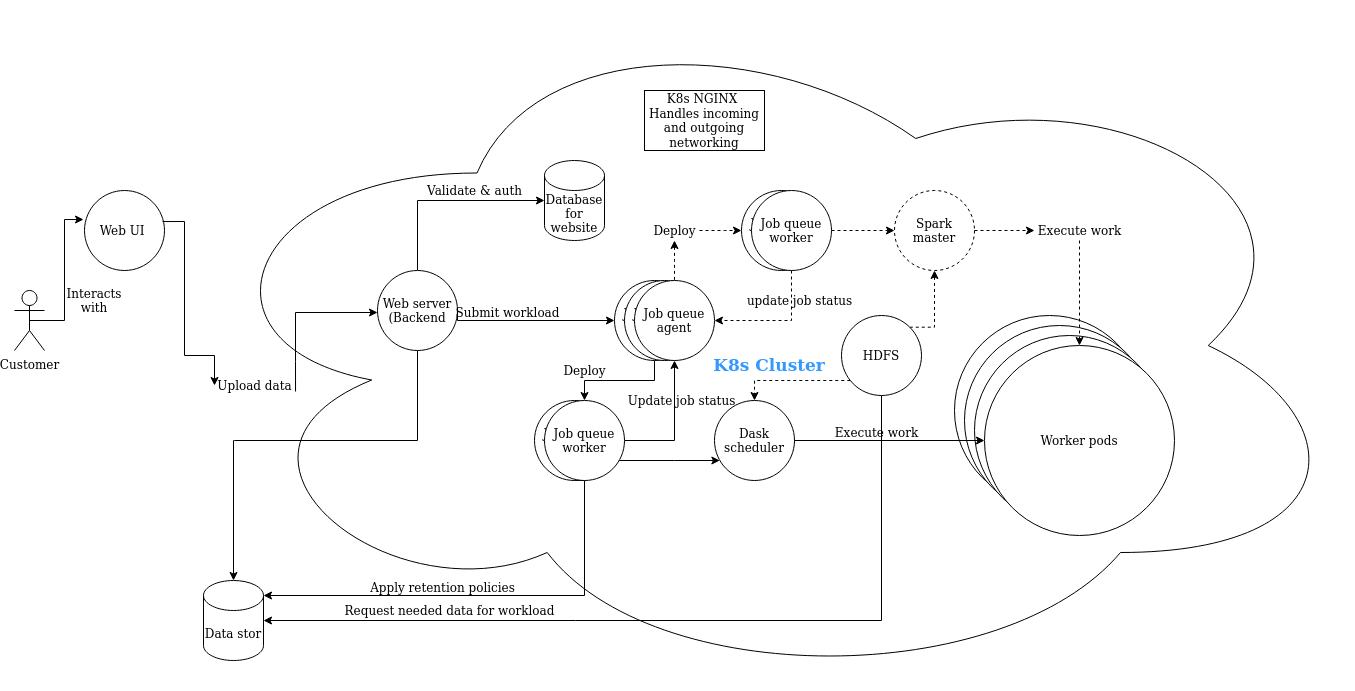
The draw.io diagram assets/Architecture.png in Top-iaas/topiaas, before a commit. Source tidied: cells renumbered, new cells last; positions are measured from the earlier drawing's top-left corner, leaving out a move shared by most shapes.
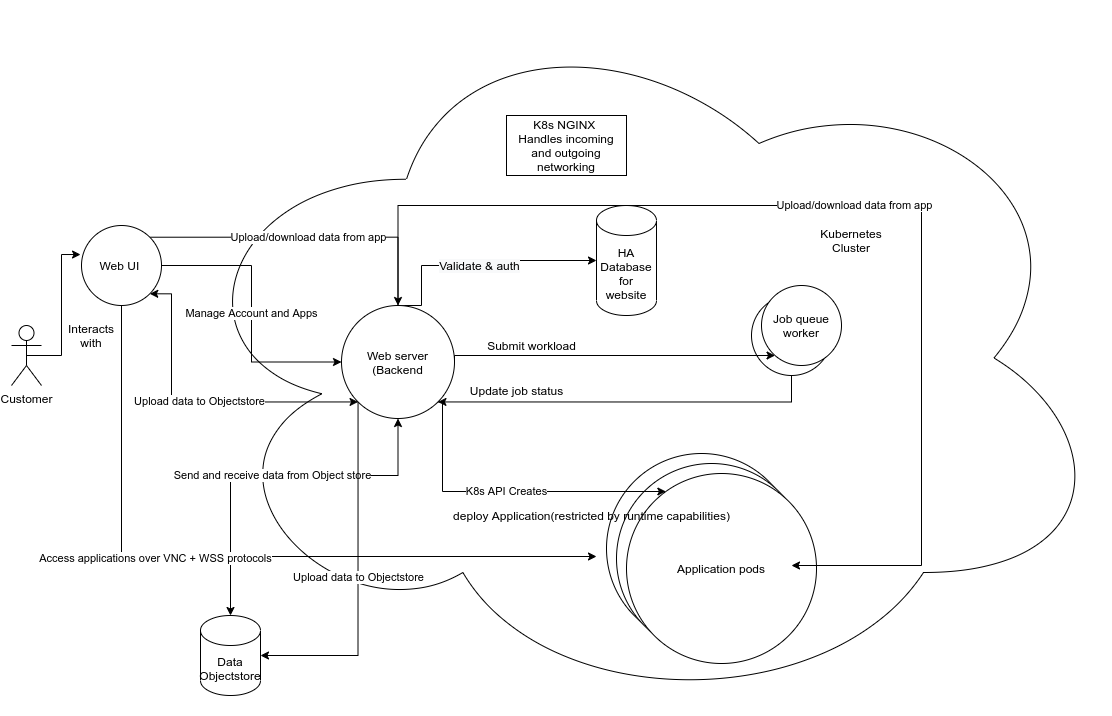
Later version of the same file.

Commit message:
Update structure assets

The edit, as a diff of the source:
```diff
@@ -4,2 +4,5 @@
     <mxCell id="1" parent="0" />
+    <mxCell id="56" value="&lt;div align=&quot;center&quot;&gt;&lt;br&gt;&lt;/div&gt;&lt;div align=&quot;center&quot;&gt;&lt;br&gt;&lt;/div&gt;" style="ellipse;shape=cloud;whiteSpace=wrap;html=1;align=center;" parent="1" vertex="1">
+      <mxGeometry x="160" y="-35" width="940" height="715" as="geometry" />
+    </mxCell>
     <mxCell id="2" style="edgeStyle=orthogonalEdgeStyle;rounded=0;jettySize=auto;html=1;exitX=0.5;exitY=0.5;exitDx=0;exitDy=0;exitPerimeter=0;entryX=-0.012;entryY=0.363;entryDx=0;entryDy=0;entryPerimeter=0;" parent="1" edge="1" source="3" target="26">
@@ -10,86 +13,76 @@
     </mxCell>
-    <mxCell id="4" value="&lt;div align=&quot;center&quot;&gt;&lt;font style=&quot;font-size: 17px&quot; color=&quot;#3399FF&quot;&gt;&lt;b&gt;&lt;br&gt;&lt;/b&gt;&lt;/font&gt;&lt;/div&gt;&lt;div align=&quot;center&quot;&gt;&lt;font style=&quot;font-size: 17px&quot; color=&quot;#3399FF&quot;&gt;&lt;b&gt;&lt;br&gt;&lt;/b&gt;&lt;/font&gt;&lt;/div&gt;&lt;div align=&quot;center&quot;&gt;&lt;font style=&quot;font-size: 17px&quot; color=&quot;#3399FF&quot;&gt;&lt;b&gt;K8s Cluster&lt;/b&gt;&lt;/font&gt;&lt;/div&gt;" style="ellipse;shape=cloud;whiteSpace=wrap;html=1;align=center;" parent="1" vertex="1">
-      <mxGeometry x="170" width="1170" height="690" as="geometry" />
-    </mxCell>
-    <mxCell id="5" style="edgeStyle=orthogonalEdgeStyle;rounded=0;jettySize=auto;html=1;exitX=0.5;exitY=1;exitDx=0;exitDy=0;" parent="1" edge="1" source="7" target="44">
-      <mxGeometry relative="1" as="geometry" />
-    </mxCell>
-    <mxCell id="6" style="edgeStyle=orthogonalEdgeStyle;rounded=0;jettySize=auto;html=1;dashed=1;entryX=0;entryY=0.5;entryDx=0;entryDy=0;" parent="1" edge="1" source="37" target="45">
-      <mxGeometry relative="1" as="geometry">
-        <Array as="points">
-          <mxPoint x="710" y="230" />
-        </Array>
-      </mxGeometry>
-    </mxCell>
-    <mxCell id="7" value="&lt;div&gt;Job queue&lt;/div&gt;&lt;div&gt;agent&lt;br&gt;&lt;/div&gt;" style="ellipse;whiteSpace=wrap;html=1;" parent="1" vertex="1">
-      <mxGeometry x="600" y="280" width="80" height="80" as="geometry" />
-    </mxCell>
-    <mxCell id="8" style="edgeStyle=orthogonalEdgeStyle;rounded=0;jettySize=auto;html=1;entryX=1;entryY=0.5;entryDx=0;entryDy=0;entryPerimeter=0;strokeColor=#000000;exitX=0.5;exitY=1;exitDx=0;exitDy=0;" parent="1" edge="1" source="55" target="11">
-      <mxGeometry relative="1" as="geometry">
-        <Array as="points">
-          <mxPoint x="867" y="620" />
-        </Array>
-      </mxGeometry>
-    </mxCell>
-    <mxCell id="9" value="Dask scheduler" style="ellipse;whiteSpace=wrap;html=1;" parent="1" vertex="1">
-      <mxGeometry x="700" y="400" width="80" height="80" as="geometry" />
-    </mxCell>
-    <mxCell id="10" value="Spark master" style="ellipse;whiteSpace=wrap;html=1;dashed=1;" parent="1" vertex="1">
-      <mxGeometry x="880" y="190" width="80" height="80" as="geometry" />
-    </mxCell>
-    <mxCell id="11" value="Data stor" style="shape=cylinder3;whiteSpace=wrap;html=1;boundedLbl=1;backgroundOutline=1;size=15;" parent="1" vertex="1">
-      <mxGeometry x="189" y="580" width="60" height="80" as="geometry" />
-    </mxCell>
-    <mxCell id="12" style="edgeStyle=orthogonalEdgeStyle;rounded=0;jettySize=auto;html=1;entryX=0.5;entryY=0;entryDx=0;entryDy=0;entryPerimeter=0;" parent="1" edge="1" source="27" target="11">
-      <mxGeometry relative="1" as="geometry">
-        <Array as="points">
-          <mxPoint x="220" y="440" />
-          <mxPoint x="218" y="440" />
-        </Array>
-      </mxGeometry>
-    </mxCell>
-    <mxCell id="13" value="Deploy" style="text;html=1;align=center;verticalAlign=middle;" parent="1" vertex="1">
-      <mxGeometry x="545" y="360" width="50" height="20" as="geometry" />
-    </mxCell>
-    <mxCell id="14" style="ellipse;whiteSpace=wrap;html=1;" parent="1" vertex="1">
-      <mxGeometry x="940" y="315" width="190" height="190" as="geometry" />
-    </mxCell>
-    <mxCell id="15" style="ellipse;whiteSpace=wrap;html=1;" parent="1" vertex="1">
-      <mxGeometry x="950" y="325" width="190" height="190" as="geometry" />
-    </mxCell>
-    <mxCell id="16" style="ellipse;whiteSpace=wrap;html=1;" parent="1" vertex="1">
-      <mxGeometry x="960" y="335" width="190" height="190" as="geometry" />
-    </mxCell>
-    <mxCell id="17" value="Worker pods" style="ellipse;whiteSpace=wrap;html=1;" parent="1" vertex="1">
-      <mxGeometry x="970" y="345" width="190" height="190" as="geometry" />
-    </mxCell>
-    <mxCell id="18" style="edgeStyle=orthogonalEdgeStyle;rounded=0;jettySize=auto;html=1;dashed=1;strokeColor=#000000;" parent="1" edge="1" source="51" target="17">
-      <mxGeometry relative="1" as="geometry" />
-    </mxCell>
-    <mxCell id="19" style="edgeStyle=orthogonalEdgeStyle;rounded=0;jettySize=auto;html=1;strokeColor=#000000;" parent="1" edge="1" source="9" target="17">
-      <mxGeometry relative="1" as="geometry" />
-    </mxCell>
-    <mxCell id="20" value="Execute work" style="text;html=1;align=center;verticalAlign=middle;" parent="1" vertex="1">
-      <mxGeometry x="817" y="422" width="90" height="20" as="geometry" />
-    </mxCell>
-    <mxCell id="21" value="Request needed data for workload" style="text;html=1;align=center;verticalAlign=middle;" parent="1" vertex="1">
-      <mxGeometry x="335" y="600" width="200" height="20" as="geometry" />
-    </mxCell>
-    <mxCell id="22" value="Database for website" style="shape=cylinder3;whiteSpace=wrap;html=1;boundedLbl=1;backgroundOutline=1;size=15;" parent="1" vertex="1">
-      <mxGeometry x="530" y="160" width="60" height="80" as="geometry" />
-    </mxCell>
-    <mxCell id="23" style="edgeStyle=orthogonalEdgeStyle;rounded=0;jettySize=auto;html=1;entryX=0;entryY=0.5;entryDx=0;entryDy=0;entryPerimeter=0;exitX=0.5;exitY=0;exitDx=0;exitDy=0;" parent="1" edge="1" source="27" target="22">
-      <mxGeometry relative="1" as="geometry" />
-    </mxCell>
-    <mxCell id="24" style="edgeStyle=orthogonalEdgeStyle;rounded=0;jettySize=auto;html=1;exitX=0.5;exitY=1;exitDx=0;exitDy=0;strokeColor=#000000;entryX=1;entryY=0;entryDx=0;entryDy=15;entryPerimeter=0;" parent="1" edge="1" source="25" target="11">
-      <mxGeometry relative="1" as="geometry">
-        <Array as="points">
-          <mxPoint x="570" y="480" />
-          <mxPoint x="570" y="595" />
-        </Array>
-      </mxGeometry>
-    </mxCell>
-    <mxCell id="25" value="Job queue worker" style="ellipse;whiteSpace=wrap;html=1;" parent="1" vertex="1">
-      <mxGeometry x="520" y="400" width="80" height="80" as="geometry" />
-    </mxCell>
+    <mxCell id="57" value="Send and receive data from Object store" style="edgeStyle=orthogonalEdgeStyle;rounded=0;jettySize=auto;html=1;entryX=0.5;entryY=0;entryDx=0;entryDy=0;entryPerimeter=0;startArrow=classic;startFill=1;" parent="1" edge="1" source="27">
+      <mxGeometry relative="1" as="geometry">
+        <mxPoint x="219" y="580" as="targetPoint" />
+        <Array as="points">
+          <mxPoint x="220" y="440" />
+          <mxPoint x="218" y="440" />
+        </Array>
+      </mxGeometry>
+    </mxCell>
+    <mxCell id="58" style="ellipse;whiteSpace=wrap;html=1;" parent="1" vertex="1">
+      <mxGeometry x="595" y="418" width="190" height="190" as="geometry" />
+    </mxCell>
+    <mxCell id="59" style="ellipse;whiteSpace=wrap;html=1;" parent="1" vertex="1">
+      <mxGeometry x="605" y="428" width="190" height="190" as="geometry" />
+    </mxCell>
+    <mxCell id="60" value="K8s API Creates&lt;br&gt;" style="edgeStyle=orthogonalEdgeStyle;rounded=0;jettySize=auto;html=1;strokeColor=#000000;exitX=1;exitY=1;exitDx=0;exitDy=0;" parent="1" edge="1" source="27" target="61">
+      <mxGeometry relative="1" as="geometry">
+        <Array as="points">
+          <mxPoint x="431" y="456" />
+        </Array>
+      </mxGeometry>
+    </mxCell>
+    <mxCell id="61" value="&lt;div&gt;Application pods&lt;/div&gt;" style="ellipse;whiteSpace=wrap;html=1;" parent="1" vertex="1">
+      <mxGeometry x="615" y="438" width="190" height="190" as="geometry" />
+    </mxCell>
+    <mxCell id="62" value="&lt;div&gt;deploy Application(restricted by runtime capabilities)&lt;br&gt;&lt;/div&gt;" style="text;html=1;align=center;verticalAlign=middle;" parent="1" vertex="1">
+      <mxGeometry x="435" y="470" width="290" height="20" as="geometry" />
+    </mxCell>
+    <mxCell id="63" value="HA Database for website" style="shape=cylinder3;whiteSpace=wrap;html=1;boundedLbl=1;backgroundOutline=1;size=15;" parent="1" vertex="1">
+      <mxGeometry x="585" y="170" width="60" height="110" as="geometry" />
+    </mxCell>
+    <mxCell id="33" value="&lt;span style=&quot;font-size: 12px ; background-color: rgb(248 , 249 , 250)&quot;&gt;Validate &amp;amp; auth&lt;/span&gt;" style="edgeStyle=orthogonalEdgeStyle;rounded=0;jettySize=auto;html=1;entryX=0;entryY=0.5;entryDx=0;entryDy=0;entryPerimeter=0;exitX=0.5;exitY=0;exitDx=0;exitDy=0;" parent="1" edge="1" source="27" target="63">
+      <mxGeometry relative="1" as="geometry">
+        <Array as="points">
+          <mxPoint x="410" y="270" />
+          <mxPoint x="410" y="230" />
+          <mxPoint x="480" y="230" />
+        </Array>
+      </mxGeometry>
+    </mxCell>
+    <mxCell id="64" style="edgeStyle=orthogonalEdgeStyle;rounded=0;jettySize=auto;html=1;entryX=1;entryY=1;entryDx=0;entryDy=0;exitX=0.5;exitY=1;exitDx=0;exitDy=0;" parent="1" edge="1" source="65" target="27">
+      <mxGeometry relative="1" as="geometry" />
+    </mxCell>
+    <mxCell id="65" value="Job queue worker" style="ellipse;whiteSpace=wrap;html=1;" parent="1" vertex="1">
+      <mxGeometry x="740" y="260" width="80" height="80" as="geometry" />
+    </mxCell>
+    <mxCell id="66" value="Manage Account and Apps" style="edgeStyle=orthogonalEdgeStyle;rounded=0;jettySize=auto;html=1;" parent="1" edge="1" source="26" target="27">
+      <mxGeometry relative="1" as="geometry" />
+    </mxCell>
+    <mxCell id="67" value="Upload data to Objectstore" style="edgeStyle=orthogonalEdgeStyle;rounded=0;jettySize=auto;html=1;exitX=1;exitY=1;exitDx=0;exitDy=0;entryX=0;entryY=1;entryDx=0;entryDy=0;startArrow=classic;startFill=1;" parent="1" edge="1" source="26" target="27">
+      <mxGeometry relative="1" as="geometry">
+        <Array as="points">
+          <mxPoint x="160" y="258" />
+          <mxPoint x="160" y="367" />
+        </Array>
+      </mxGeometry>
+    </mxCell>
+    <mxCell id="68" value="Upload/download data from app" style="edgeStyle=orthogonalEdgeStyle;rounded=0;jettySize=auto;html=1;exitX=1;exitY=0;exitDx=0;exitDy=0;entryX=0.5;entryY=0;entryDx=0;entryDy=0;startArrow=none;startFill=0;" parent="1" edge="1" source="26" target="27">
+      <mxGeometry relative="1" as="geometry" />
+    </mxCell>
+    <mxCell id="69" style="edgeStyle=orthogonalEdgeStyle;rounded=0;jettySize=auto;html=1;startArrow=none;startFill=0;" parent="1" edge="1" source="26">
+      <mxGeometry relative="1" as="geometry">
+        <mxPoint x="585" y="521" as="targetPoint" />
+        <Array as="points">
+          <mxPoint x="110" y="521" />
+        </Array>
+      </mxGeometry>
+    </mxCell>
+    <mxCell id="70" value="Text" style="edgeLabel;html=1;align=center;verticalAlign=middle;" parent="69" vertex="1">
+      <mxGeometry x="-0.21" relative="1" as="geometry" />
+    </mxCell>
+    <mxCell id="71" value="Access applications over VNC + WSS protocols" style="edgeLabel;html=1;align=center;verticalAlign=middle;" parent="69" vertex="1">
+      <mxGeometry x="-0.22" y="-2" relative="1" as="geometry" />
+    </mxCell>
     <mxCell id="26" value="Web UI&amp;nbsp;&lt;br&gt;" style="ellipse;whiteSpace=wrap;html=1;" parent="1" vertex="1">
@@ -97,39 +90,31 @@
     </mxCell>
+    <mxCell id="72" value="Upload data to Objectstore" style="edgeStyle=orthogonalEdgeStyle;rounded=0;jettySize=auto;html=1;exitX=0;exitY=1;exitDx=0;exitDy=0;entryX=1;entryY=0.5;entryDx=0;entryDy=0;entryPerimeter=0;startArrow=none;startFill=0;" parent="1" edge="1" source="27" target="76">
+      <mxGeometry relative="1" as="geometry">
+        <Array as="points">
+          <mxPoint x="347" y="620" />
+        </Array>
+      </mxGeometry>
+    </mxCell>
+    <mxCell id="73" value="Upload/download data from app" style="edgeStyle=orthogonalEdgeStyle;rounded=0;jettySize=auto;html=1;exitX=0.5;exitY=0;exitDx=0;exitDy=0;startArrow=none;startFill=0;" parent="1" edge="1" source="27">
+      <mxGeometry relative="1" as="geometry">
+        <mxPoint x="780" y="530" as="targetPoint" />
+        <Array as="points">
+          <mxPoint x="387" y="170" />
+          <mxPoint x="910" y="170" />
+        </Array>
+      </mxGeometry>
+    </mxCell>
     <mxCell id="27" value="&lt;div&gt;Web server (Backend&lt;br&gt;&lt;/div&gt;" style="ellipse;whiteSpace=wrap;html=1;" parent="1" vertex="1">
-      <mxGeometry x="363" y="270" width="80" height="80" as="geometry" />
+      <mxGeometry x="330" y="270" width="113" height="113" as="geometry" />
     </mxCell>
-    <mxCell id="28" style="edgeStyle=orthogonalEdgeStyle;rounded=0;jettySize=auto;html=1;exitX=1.013;exitY=0.8;exitDx=0;exitDy=0;exitPerimeter=0;entryX=0;entryY=0.5;entryDx=0;entryDy=0;" parent="1" edge="1" source="29">
-      <mxGeometry relative="1" as="geometry">
-        <mxPoint x="363" y="312" as="targetPoint" />
-        <Array as="points">
-          <mxPoint x="281" y="361" />
-          <mxPoint x="281" y="312" />
-        </Array>
-      </mxGeometry>
-    </mxCell>
-    <mxCell id="29" value="Upload data" style="text;html=1;align=center;verticalAlign=middle;points=[];" parent="1" vertex="1">
-      <mxGeometry x="200" y="375" width="80" height="20" as="geometry" />
-    </mxCell>
-    <mxCell id="30" style="edgeStyle=orthogonalEdgeStyle;rounded=0;jettySize=auto;html=1;exitX=0.975;exitY=0.388;exitDx=0;exitDy=0;exitPerimeter=0;entryX=0;entryY=0.5;entryDx=0;entryDy=0;" parent="1" edge="1" source="26" target="29">
-      <mxGeometry relative="1" as="geometry">
-        <Array as="points">
-          <mxPoint x="170" y="221" />
-          <mxPoint x="170" y="355" />
-          <mxPoint x="200" y="355" />
-        </Array>
-      </mxGeometry>
-    </mxCell>
     <mxCell id="31" value="K8s NGINX&amp;nbsp;&lt;br&gt;Handles incoming and outgoing networking" style="rounded=0;whiteSpace=wrap;html=1;" parent="1" vertex="1">
-      <mxGeometry x="630" y="90" width="120" height="60" as="geometry" />
+      <mxGeometry x="495" y="80" width="120" height="60" as="geometry" />
     </mxCell>
-    <mxCell id="32" style="edgeStyle=orthogonalEdgeStyle;rounded=0;jettySize=auto;html=1;exitX=1;exitY=0.5;exitDx=0;exitDy=0;" parent="1" edge="1" source="27" target="7">
-      <mxGeometry relative="1" as="geometry">
-        <Array as="points">
-          <mxPoint x="443" y="320" />
-        </Array>
-      </mxGeometry>
-    </mxCell>
-    <mxCell id="33" value="&lt;div&gt;Validate &amp;amp; auth&lt;/div&gt;" style="text;html=1;align=center;verticalAlign=middle;" parent="1" vertex="1">
-      <mxGeometry x="410" y="180" width="100" height="20" as="geometry" />
-    </mxCell>
+    <mxCell id="74" style="edgeStyle=orthogonalEdgeStyle;rounded=0;jettySize=auto;html=1;exitX=1;exitY=0.5;exitDx=0;exitDy=0;" parent="1" edge="1" source="27" target="75">
+      <mxGeometry relative="1" as="geometry">
+        <Array as="points">
+          <mxPoint x="443" y="320" />
+        </Array>
+      </mxGeometry>
+    </mxCell>
     <mxCell id="34" value="Interacts with" style="text;html=1;strokeColor=none;fillColor=none;align=center;verticalAlign=middle;whiteSpace=wrap;rounded=0;" parent="1" vertex="1">
@@ -138,17 +123,4 @@
     <mxCell id="35" value="Submit workload" style="text;html=1;align=center;verticalAlign=middle;" parent="1" vertex="1">
-      <mxGeometry x="443" y="302" width="100" height="20" as="geometry" />
+      <mxGeometry x="470" y="300" width="100" height="20" as="geometry" />
     </mxCell>
-    <mxCell id="36" value="Apply retention policies" style="text;html=1;align=center;verticalAlign=middle;" parent="1" vertex="1">
-      <mxGeometry x="358" y="577" width="140" height="20" as="geometry" />
-    </mxCell>
-    <mxCell id="37" value="Deploy" style="text;html=1;align=center;verticalAlign=middle;points=[];" parent="1" vertex="1">
-      <mxGeometry x="635" y="220" width="50" height="20" as="geometry" />
-    </mxCell>
-    <mxCell id="38" style="edgeStyle=orthogonalEdgeStyle;rounded=0;jettySize=auto;html=1;dashed=1;" parent="1" edge="1" source="7" target="37">
-      <mxGeometry relative="1" as="geometry">
-        <Array as="points">
-          <mxPoint x="660" y="260" />
-        </Array>
-      </mxGeometry>
-    </mxCell>
     <mxCell id="39" style="edgeStyle=orthogonalEdgeStyle;rounded=0;orthogonalLoop=1;jettySize=auto;html=1;exitX=0.5;exitY=1;exitDx=0;exitDy=0;strokeColor=#000000;" parent="1" edge="1" source="34" target="34">
@@ -156,67 +128,14 @@
     </mxCell>
-    <mxCell id="40" value="&lt;div&gt;Job queue&lt;/div&gt;&lt;div&gt;agent&lt;br&gt;&lt;/div&gt;" style="ellipse;whiteSpace=wrap;html=1;" parent="1" vertex="1">
-      <mxGeometry x="610" y="280" width="80" height="80" as="geometry" />
-    </mxCell>
-    <mxCell id="41" value="&lt;div&gt;Job queue&lt;/div&gt;&lt;div&gt;agent&lt;br&gt;&lt;/div&gt;" style="ellipse;whiteSpace=wrap;html=1;" parent="1" vertex="1">
-      <mxGeometry x="620" y="280" width="80" height="80" as="geometry" />
-    </mxCell>
-    <mxCell id="42" style="edgeStyle=orthogonalEdgeStyle;rounded=0;jettySize=auto;html=1;strokeColor=#000000;" parent="1" edge="1" source="44" target="9">
-      <mxGeometry relative="1" as="geometry">
-        <Array as="points">
-          <mxPoint x="660" y="460" />
-          <mxPoint x="660" y="460" />
-        </Array>
-      </mxGeometry>
-    </mxCell>
-    <mxCell id="43" style="edgeStyle=orthogonalEdgeStyle;rounded=0;jettySize=auto;html=1;entryX=0.5;entryY=1;entryDx=0;entryDy=0;strokeColor=#000000;" parent="1" edge="1" source="44" target="41">
-      <mxGeometry relative="1" as="geometry" />
-    </mxCell>
-    <mxCell id="44" value="Job queue worker" style="ellipse;whiteSpace=wrap;html=1;" parent="1" vertex="1">
-      <mxGeometry x="530" y="400" width="80" height="80" as="geometry" />
-    </mxCell>
-    <mxCell id="45" value="Job queue worker" style="ellipse;whiteSpace=wrap;html=1;" parent="1" vertex="1">
-      <mxGeometry x="727" y="190" width="80" height="80" as="geometry" />
-    </mxCell>
-    <mxCell id="46" style="edgeStyle=orthogonalEdgeStyle;rounded=0;jettySize=auto;html=1;strokeColor=#000000;dashed=1;" parent="1" edge="1" source="48" target="10">
-      <mxGeometry relative="1" as="geometry" />
-    </mxCell>
-    <mxCell id="47" style="edgeStyle=orthogonalEdgeStyle;rounded=0;jettySize=auto;html=1;strokeColor=#000000;dashed=1;" parent="1" edge="1" source="48" target="41">
-      <mxGeometry relative="1" as="geometry">
-        <Array as="points">
-          <mxPoint x="777" y="320" />
-        </Array>
-      </mxGeometry>
-    </mxCell>
-    <mxCell id="48" value="Job queue worker" style="ellipse;whiteSpace=wrap;html=1;" parent="1" vertex="1">
-      <mxGeometry x="737" y="190" width="80" height="80" as="geometry" />
-    </mxCell>
+    <mxCell id="75" value="Job queue worker" style="ellipse;whiteSpace=wrap;html=1;" parent="1" vertex="1">
+      <mxGeometry x="750" y="250" width="80" height="80" as="geometry" />
+    </mxCell>
     <mxCell id="49" value="Update job status" style="text;html=1;align=center;verticalAlign=middle;" parent="1" vertex="1">
-      <mxGeometry x="612" y="390" width="110" height="20" as="geometry" />
+      <mxGeometry x="450" y="345" width="110" height="20" as="geometry" />
     </mxCell>
-    <mxCell id="50" value="update job status" style="text;html=1;align=center;verticalAlign=middle;" parent="1" vertex="1">
-      <mxGeometry x="730" y="290" width="110" height="20" as="geometry" />
-    </mxCell>
-    <mxCell id="51" value="Execute work" style="text;html=1;align=center;verticalAlign=middle;points=[];" parent="1" vertex="1">
-      <mxGeometry x="1020" y="220" width="90" height="20" as="geometry" />
-    </mxCell>
-    <mxCell id="52" style="edgeStyle=orthogonalEdgeStyle;rounded=0;jettySize=auto;html=1;dashed=1;strokeColor=#000000;" parent="1" edge="1" source="10" target="51">
-      <mxGeometry relative="1" as="geometry" />
-    </mxCell>
-    <mxCell id="53" style="edgeStyle=orthogonalEdgeStyle;rounded=0;jettySize=auto;html=1;dashed=1;strokeColor=#000000;" parent="1" edge="1" source="55" target="9">
-      <mxGeometry relative="1" as="geometry">
-        <Array as="points">
-          <mxPoint x="740" y="380" />
-        </Array>
-      </mxGeometry>
-    </mxCell>
-    <mxCell id="54" style="edgeStyle=orthogonalEdgeStyle;rounded=0;jettySize=auto;html=1;exitX=1;exitY=0;exitDx=0;exitDy=0;dashed=1;strokeColor=#000000;" parent="1" edge="1" source="55" target="10">
-      <mxGeometry relative="1" as="geometry">
-        <Array as="points">
-          <mxPoint x="920" y="327" />
-        </Array>
-      </mxGeometry>
-    </mxCell>
-    <mxCell id="55" value="HDFS" style="ellipse;whiteSpace=wrap;html=1;" parent="1" vertex="1">
-      <mxGeometry x="827" y="315" width="80" height="80" as="geometry" />
-    </mxCell>
+    <mxCell id="76" value="&lt;div&gt;Data Objectstore&lt;/div&gt;" style="shape=cylinder3;whiteSpace=wrap;html=1;boundedLbl=1;backgroundOutline=1;size=15;" parent="1" vertex="1">
+      <mxGeometry x="189" y="580" width="60" height="80" as="geometry" />
+    </mxCell>
+    <mxCell id="77" value="Kubernetes Cluster" style="text;html=1;strokeColor=none;fillColor=none;align=center;verticalAlign=middle;whiteSpace=wrap;rounded=0;" parent="1" vertex="1">
+      <mxGeometry x="790" y="190" width="100" height="30" as="geometry" />
+    </mxCell>
   </root>
```
